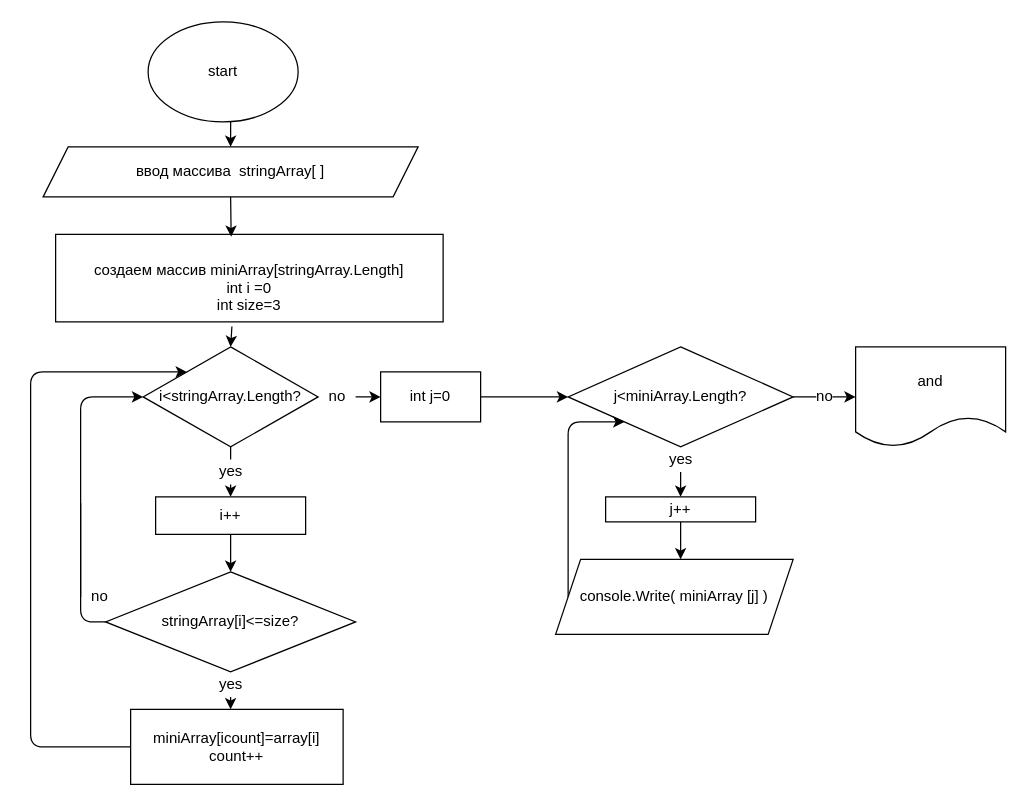
The draw.io diagram final_verification_work.drawio in iGolubS/Final_verification_work, before the edit. Source tidied: cells renumbered, new cells numbered last; positions are measured from the earlier drawing's top-left corner, leaving out a move shared by most shapes. Both pictures are drawn from the tidied source at 125%, with x=0, y=0 at pixel (30, 21).
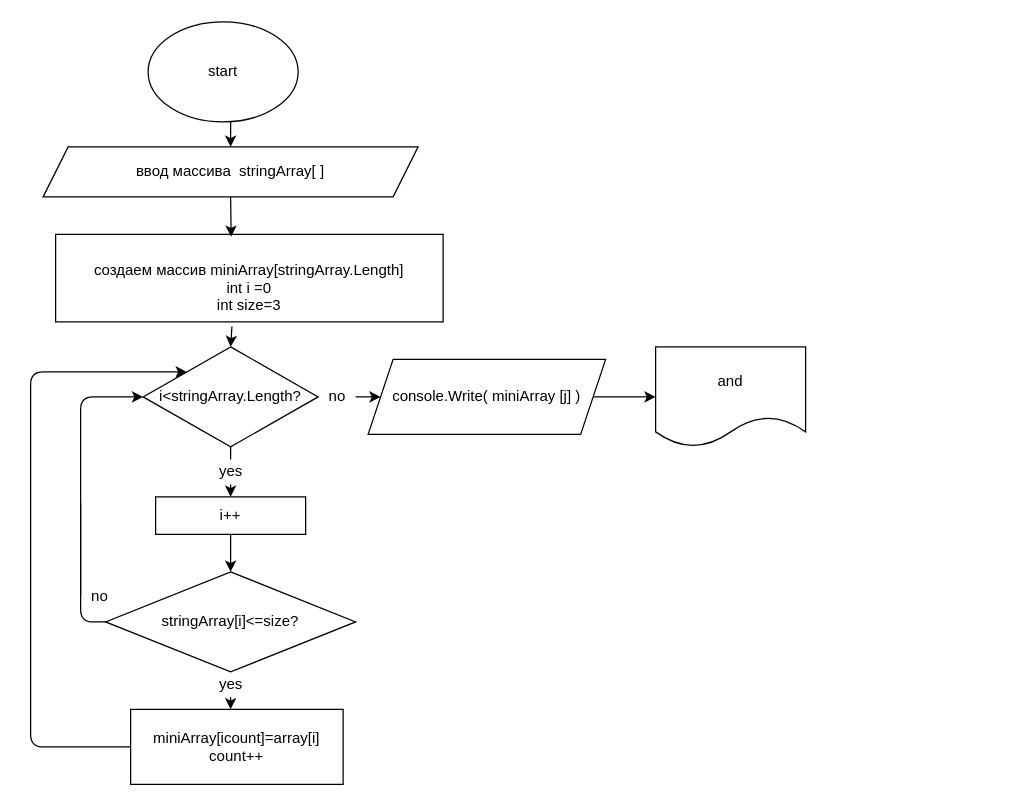
After the change.

Commit message:
внес финальные коррективы

What changed in the source:
```diff
@@
-    <mxCell id="18" value="int j=0" style="rounded=0;whiteSpace=wrap;html=1;fontSize=12;" parent="1" vertex="1">
-      <mxGeometry x="280" y="280" width="80" height="40" as="geometry" />
-    </mxCell>
-    <mxCell id="19" style="endArrow=classic;html=1;fontSize=12;exitX=1;exitY=0.5;exitDx=0;exitDy=0;entryX=0;entryY=0.5;entryDx=0;entryDy=0;" parent="1" edge="1" source="18" target="20">
-      <mxGeometry relative="1" as="geometry" />
-    </mxCell>
-    <mxCell id="20" value="j&amp;lt;miniArray.Length?" style="rhombus;whiteSpace=wrap;html=1;fontSize=12;" parent="1" vertex="1">
-      <mxGeometry x="430" y="260" width="180" height="80" as="geometry" />
-    </mxCell>
-    <mxCell id="21" style="endArrow=classic;html=1;fontSize=12;exitX=0.5;exitY=1;exitDx=0;exitDy=0;startArrow=none;" parent="1" edge="1" source="22">
-      <mxGeometry relative="1" as="geometry">
-        <mxPoint x="520" y="380" as="targetPoint" />
-      </mxGeometry>
-    </mxCell>
-    <mxCell id="22" value="yes" style="text;html=1;align=center;verticalAlign=middle;points=[];strokeColor=none;fillColor=none;fontSize=12;" parent="1" vertex="1">
-      <mxGeometry x="505" y="340" width="30" height="20" as="geometry" />
-    </mxCell>
-    <mxCell id="23" style="endArrow=none;html=1;fontSize=12;exitX=0.5;exitY=1;exitDx=0;exitDy=0;" parent="1" edge="1" source="20" target="22">
-      <mxGeometry relative="1" as="geometry" />
+    <mxCell id="23" style="endArrow=none;html=1;fontSize=12;exitX=0.5;exitY=1;exitDx=0;exitDy=0;" parent="1" edge="1">
+      <mxGeometry relative="1" as="geometry">
+        <mxPoint x="520" y="340" as="sourcePoint" />
+        <mxPoint x="520" y="340" as="targetPoint" />
+      </mxGeometry>
     </mxCell>
@@
-    <mxCell id="32" value="j++" style="rounded=0;whiteSpace=wrap;html=1;fontSize=12;" parent="1" vertex="1">
-      <mxGeometry x="460" y="380" width="120" height="20" as="geometry" />
-    </mxCell>
-    <mxCell id="33" style="endArrow=classic;html=1;fontSize=12;exitX=0.5;exitY=1;exitDx=0;exitDy=0;" parent="1" edge="1" source="32">
-      <mxGeometry relative="1" as="geometry">
-        <mxPoint x="520" y="430" as="targetPoint" />
-      </mxGeometry>
-    </mxCell>
-    <mxCell id="34" style="endArrow=classic;html=1;fontSize=12;exitX=0;exitY=0.5;exitDx=0;exitDy=0;entryX=0;entryY=1;entryDx=0;entryDy=0;" parent="1" edge="1" target="20">
-      <mxGeometry relative="1" as="geometry">
-        <mxPoint x="430" y="460" as="sourcePoint" />
-        <Array as="points">
-          <mxPoint x="430" y="320" />
-        </Array>
-      </mxGeometry>
-    </mxCell>
-    <mxCell id="35" value="no" style="endArrow=classic;html=1;fontSize=12;exitX=1;exitY=0.5;exitDx=0;exitDy=0;" parent="1" edge="1" source="20">
-      <mxGeometry relative="1" as="geometry">
-        <mxPoint x="660" y="300" as="targetPoint" />
-      </mxGeometry>
-    </mxCell>
+    <mxCell id="38" style="edgeStyle=none;html=1;exitX=1;exitY=0.5;exitDx=0;exitDy=0;entryX=0;entryY=0.5;entryDx=0;entryDy=0;" parent="1" edge="1" source="36" target="37">
+      <mxGeometry relative="1" as="geometry" />
+    </mxCell>
     <mxCell id="36" value="&lt;span&gt;console.Write( miniArray [j] )&lt;/span&gt;" style="shape=parallelogram;perimeter=parallelogramPerimeter;whiteSpace=wrap;html=1;fixedSize=1;fontSize=12;" parent="1" vertex="1">
-      <mxGeometry x="420" y="430" width="190" height="60" as="geometry" />
+      <mxGeometry x="270" y="270" width="190" height="60" as="geometry" />
     </mxCell>
     <mxCell id="37" value="and" style="shape=document;whiteSpace=wrap;html=1;boundedLbl=1;fontSize=12;" parent="1" vertex="1">
-      <mxGeometry x="660" y="260" width="120" height="80" as="geometry" />
+      <mxGeometry x="500" y="260" width="120" height="80" as="geometry" />
     </mxCell>
```
